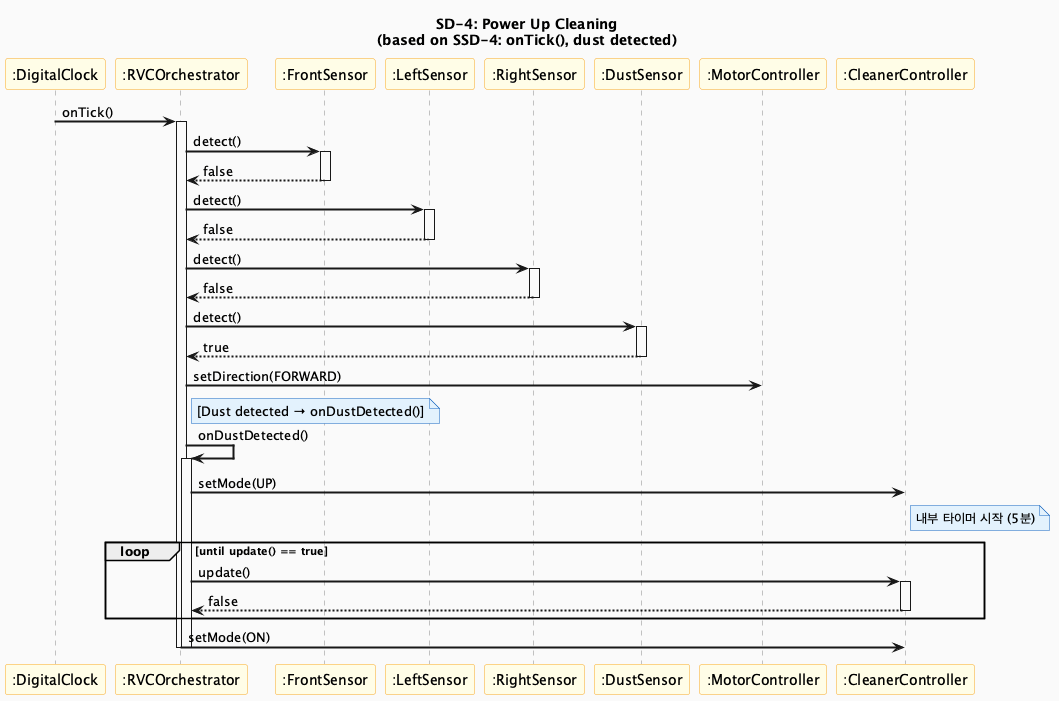
The PlantUML diagram docs/vibe-coding/03-ood/images/SD4_PowerUpCleaning.png in OOP-konkuk/CICD-Team7, before a commit.
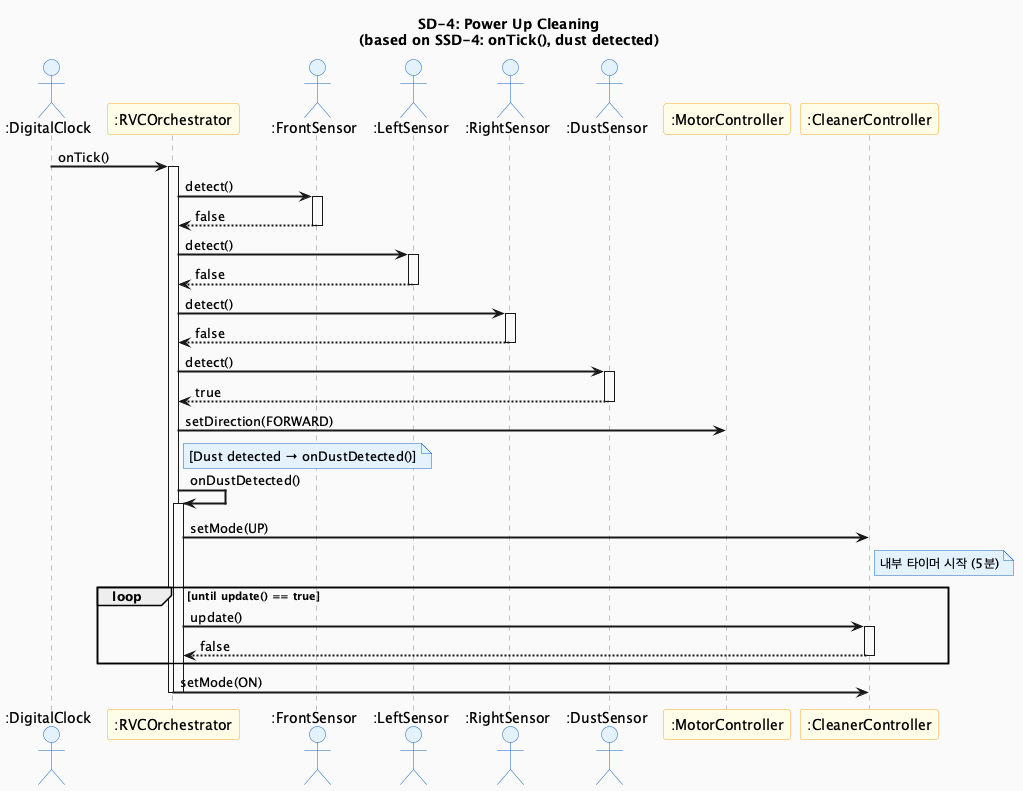
The same file after the commit.

Commit message:
style(ood): Change external actors from participant to actor in SD-1~4

Diff of the diagram source:
```diff
@@ -3,18 +3,20 @@
 skinparam sequenceArrowThickness 2
 skinparam sequenceParticipantBackgroundColor #FFFDE7
 skinparam sequenceParticipantBorderColor #F9A825
+skinparam sequenceActorBackgroundColor #E3F2FD
+skinparam sequenceActorBorderColor #1565C0
 skinparam sequenceLifeLineBorderColor #888888
 skinparam noteBackgroundColor #E3F2FD
 skinparam noteBorderColor #1565C0
 
 title SD-4: Power Up Cleaning\n(based on SSD-4: onTick(), dust detected)
 
-participant ":DigitalClock" as Clock
+actor ":DigitalClock" as Clock
 participant ":RVCOrchestrator" as Orch
-participant ":FrontSensor" as FS
-participant ":LeftSensor" as LS
-participant ":RightSensor" as RS
-participant ":DustSensor" as DS
+actor ":FrontSensor" as FS
+actor ":LeftSensor" as LS
+actor ":RightSensor" as RS
+actor ":DustSensor" as DS
 participant ":MotorController" as Motor
 participant ":CleanerController" as Cleaner
 
```
